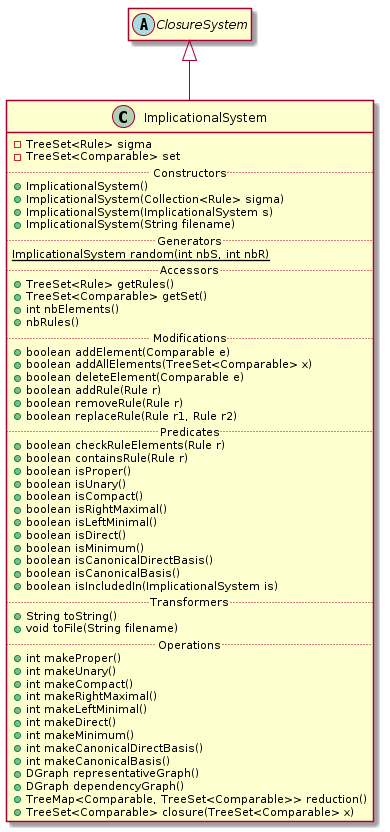
EstrellaRL/java-lattices keeps this PlantUML diagram as api/lattice/ImplicationalSystem.png. Above is the earlier version. Source of this version:
```plantuml
@startuml ImplicationalSystem.png
class ImplicationalSystem {
	-TreeSet<Rule> sigma
	-TreeSet<Comparable> set
	.. Constructors ..
	+ImplicationalSystem()
	+ImplicationalSystem(Collection<Rule> sigma)
	+ImplicationalSystem(ImplicationalSystem s)
	+ImplicationalSystem(String filename)
	.. Generators ..
	{static}+ImplicationalSystem random(int nbS, int nbR)
	.. Accessors ..
	+TreeSet<Rule> getRules()
	+TreeSet<Comparable> getSet()
	+int nbElements()
	+nbRules()
	.. Modifications ..
	+boolean addElement(Comparable e)
	+boolean addAllElements(TreeSet<Comparable> x)
	+boolean deleteElement(Comparable e)
	+boolean addRule(Rule r)
    +boolean removeRule(Rule r)
    +boolean replaceRule(Rule r1, Rule r2)
	.. Predicates ..
	+boolean checkRuleElements(Rule r)
	+boolean containsRule(Rule r)
    +boolean isProper()
    +boolean isUnary()
    +boolean isCompact()
    +boolean isRightMaximal()
    +boolean isLeftMinimal()
    +boolean isDirect()
    +boolean isMinimum()
    +boolean isCanonicalDirectBasis()
    +boolean isCanonicalBasis()
    +boolean isIncludedIn(ImplicationalSystem is)
	.. Transformers ..
	+String toString()
	+void toFile(String filename)
    .. Operations ..
    +int makeProper()
    +int makeUnary()
    +int makeCompact()
    +int makeRightMaximal()
    +int makeLeftMinimal()
    +int makeDirect()
    +int makeMinimum()
    +int makeCanonicalDirectBasis()
    +int makeCanonicalBasis()
    +DGraph representativeGraph()
    +DGraph dependencyGraph()
    +TreeMap<Comparable, TreeSet<Comparable>> reduction()
    +TreeSet<Comparable> closure(TreeSet<Comparable> x)
}


ClosureSystem <|-- ImplicationalSystem

class ClosureSystem {
    +{abstract} TreeSet<Comparable> getSet()
    +{abstract} TreeSet<Comparable> closure(TreeSet<Comparable> set)
    +{abstract} void toFile(String file)

    +ConceptLattice closedSetLattice(boolean  diagram)
    +Vector<Concept> allClosures()
    +Concept nextClosure(Concept cl)
    +DGraph precedenceGraph()
    +TreeMap<Object, TreeSet> getReducibleElements()
}

abstract class ClosureSystem


 hide members
 show ImplicationalSystem members
@enduml
```
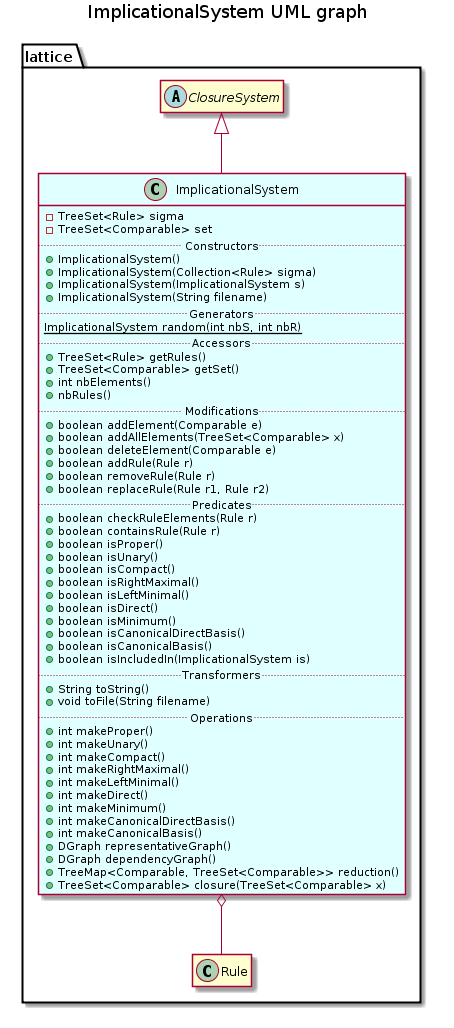
Above is the later version.

Change to the diagram source:
```diff
@@ -1,76 +1,82 @@
 @startuml ImplicationalSystem.png
-class ImplicationalSystem {
-	-TreeSet<Rule> sigma
-	-TreeSet<Comparable> set
-	.. Constructors ..
-	+ImplicationalSystem()
-	+ImplicationalSystem(Collection<Rule> sigma)
-	+ImplicationalSystem(ImplicationalSystem s)
-	+ImplicationalSystem(String filename)
-	.. Generators ..
-	{static}+ImplicationalSystem random(int nbS, int nbR)
-	.. Accessors ..
-	+TreeSet<Rule> getRules()
-	+TreeSet<Comparable> getSet()
-	+int nbElements()
-	+nbRules()
-	.. Modifications ..
-	+boolean addElement(Comparable e)
-	+boolean addAllElements(TreeSet<Comparable> x)
-	+boolean deleteElement(Comparable e)
-	+boolean addRule(Rule r)
-    +boolean removeRule(Rule r)
-    +boolean replaceRule(Rule r1, Rule r2)
-	.. Predicates ..
-	+boolean checkRuleElements(Rule r)
-	+boolean containsRule(Rule r)
-    +boolean isProper()
-    +boolean isUnary()
-    +boolean isCompact()
-    +boolean isRightMaximal()
-    +boolean isLeftMinimal()
-    +boolean isDirect()
-    +boolean isMinimum()
-    +boolean isCanonicalDirectBasis()
-    +boolean isCanonicalBasis()
-    +boolean isIncludedIn(ImplicationalSystem is)
-	.. Transformers ..
-	+String toString()
-	+void toFile(String filename)
-    .. Operations ..
-    +int makeProper()
-    +int makeUnary()
-    +int makeCompact()
-    +int makeRightMaximal()
-    +int makeLeftMinimal()
-    +int makeDirect()
-    +int makeMinimum()
-    +int makeCanonicalDirectBasis()
-    +int makeCanonicalBasis()
-    +DGraph representativeGraph()
-    +DGraph dependencyGraph()
-    +TreeMap<Comparable, TreeSet<Comparable>> reduction()
-    +TreeSet<Comparable> closure(TreeSet<Comparable> x)
+package lattice {
+    class ImplicationalSystem {
+        -TreeSet<Rule> sigma
+        -TreeSet<Comparable> set
+        .. Constructors ..
+        +ImplicationalSystem()
+        +ImplicationalSystem(Collection<Rule> sigma)
+        +ImplicationalSystem(ImplicationalSystem s)
+        +ImplicationalSystem(String filename)
+        .. Generators ..
+        {static}+ImplicationalSystem random(int nbS, int nbR)
+        .. Accessors ..
+        +TreeSet<Rule> getRules()
+        +TreeSet<Comparable> getSet()
+        +int nbElements()
+        +nbRules()
+        .. Modifications ..
+        +boolean addElement(Comparable e)
+        +boolean addAllElements(TreeSet<Comparable> x)
+        +boolean deleteElement(Comparable e)
+        +boolean addRule(Rule r)
+        +boolean removeRule(Rule r)
+        +boolean replaceRule(Rule r1, Rule r2)
+        .. Predicates ..
+        +boolean checkRuleElements(Rule r)
+        +boolean containsRule(Rule r)
+        +boolean isProper()
+        +boolean isUnary()
+        +boolean isCompact()
+        +boolean isRightMaximal()
+        +boolean isLeftMinimal()
+        +boolean isDirect()
+        +boolean isMinimum()
+        +boolean isCanonicalDirectBasis()
+        +boolean isCanonicalBasis()
+        +boolean isIncludedIn(ImplicationalSystem is)
+        .. Transformers ..
+        +String toString()
+        +void toFile(String filename)
+        .. Operations ..
+        +int makeProper()
+        +int makeUnary()
+        +int makeCompact()
+        +int makeRightMaximal()
+        +int makeLeftMinimal()
+        +int makeDirect()
+        +int makeMinimum()
+        +int makeCanonicalDirectBasis()
+        +int makeCanonicalBasis()
+        +DGraph representativeGraph()
+        +DGraph dependencyGraph()
+        +TreeMap<Comparable, TreeSet<Comparable>> reduction()
+        +TreeSet<Comparable> closure(TreeSet<Comparable> x)
+    }
+
+
+    ClosureSystem <|-- ImplicationalSystem
+    ImplicationalSystem o-- Rule
 }
 
+package lattice {
+    class ClosureSystem {
+        +{abstract} TreeSet<Comparable> getSet()
+        +{abstract} TreeSet<Comparable> closure(TreeSet<Comparable> set)
+        +{abstract} void toFile(String file)
 
-ClosureSystem <|-- ImplicationalSystem
+        +ConceptLattice closedSetLattice(boolean  diagram)
+        +Vector<Concept> allClosures()
+        +Concept nextClosure(Concept cl)
+        +DGraph precedenceGraph()
+        +TreeMap<Object, TreeSet> getReducibleElements()
+    }
 
-class ClosureSystem {
-    +{abstract} TreeSet<Comparable> getSet()
-    +{abstract} TreeSet<Comparable> closure(TreeSet<Comparable> set)
-    +{abstract} void toFile(String file)
-
-    +ConceptLattice closedSetLattice(boolean  diagram)
-    +Vector<Concept> allClosures()
-    +Concept nextClosure(Concept cl)
-    +DGraph precedenceGraph()
-    +TreeMap<Object, TreeSet> getReducibleElements()
+    abstract class ClosureSystem
 }
-
-abstract class ClosureSystem
-
 
  hide members
  show ImplicationalSystem members
+ class ImplicationalSystem #LightCyan
+ title ImplicationalSystem UML graph
 @enduml
```
